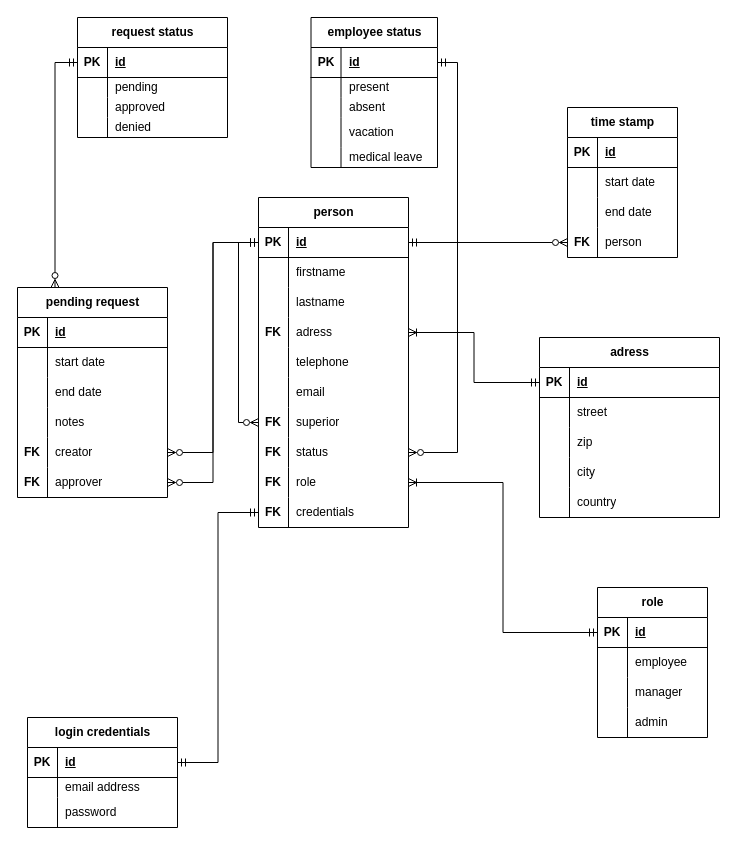
The draw.io diagram documentation/Datenbank/EMPLOYEE_ADMIN.drawio in FabianAndiel1985/employee_management, before the edit. Source tidied: cells renumbered, new cells numbered last; positions are measured from the earlier drawing's top-left corner, leaving out a move shared by most shapes. Both pictures are drawn from the tidied source at 100%, with x=0, y=0 at pixel (17, 17).
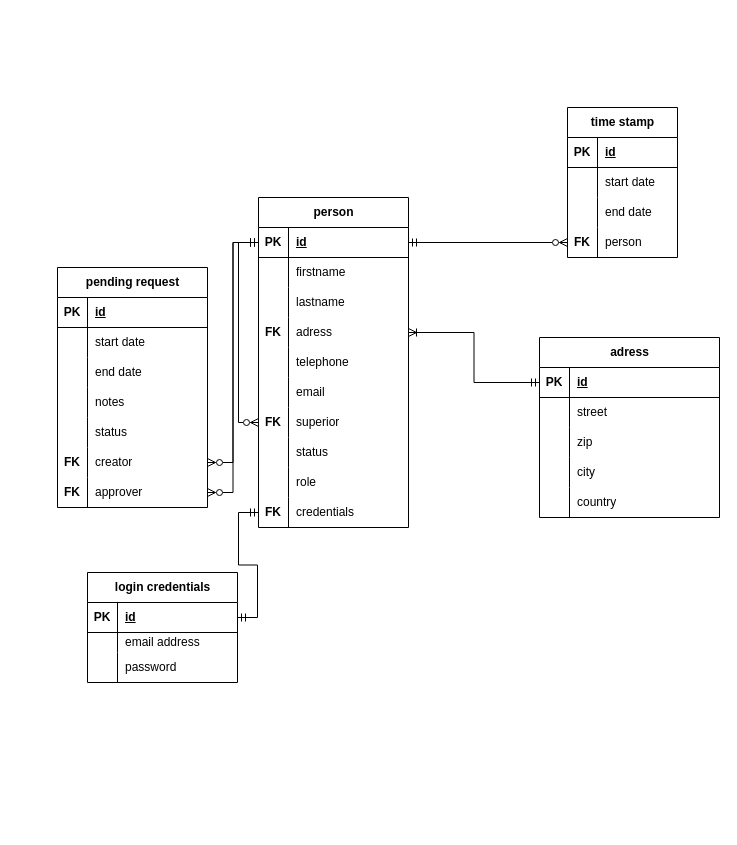
The same diagram, later.

The change refers to these unchanged cells:
```xml
<mxCell id="54" style="shape=tableRow;horizontal=0;startSize=0;swimlaneHead=0;swimlaneBody=0;fillColor=none;top=0;left=0;right=0;bottom=0;" parent="44" vertex="1">
  <mxGeometry y="120" width="150" height="30" as="geometry" />
</mxCell>
<mxCell id="113" style="shape=tableRow;horizontal=0;startSize=0;swimlaneHead=0;swimlaneBody=0;fillColor=none;points=[[0,0.5],[1,0.5]];portConstraint=eastwest;top=0;left=0;right=0;bottom=0;" parent="91" vertex="1">
  <mxGeometry y="240" width="150" height="30" as="geometry" />
</mxCell>
<mxCell id="116" style="shape=tableRow;horizontal=0;startSize=0;swimlaneHead=0;swimlaneBody=0;fillColor=none;points=[[0,0.5],[1,0.5]];portConstraint=eastwest;top=0;left=0;right=0;bottom=0;" parent="91" vertex="1">
  <mxGeometry y="270" width="150" height="30" as="geometry" />
</mxCell>
```

Diff of the diagram source:
```diff
@@
-    <mxCell id="2" value="role" style="shape=table;startSize=30;childLayout=tableLayout;rowLines=0;fontStyle=1;align=center;html=1;" parent="1" vertex="1">
-      <mxGeometry x="580" y="570" width="110" height="150" as="geometry" />
-    </mxCell>
-    <mxCell id="3" style="shape=tableRow;horizontal=0;startSize=0;swimlaneHead=0;swimlaneBody=0;fillColor=none;points=[[0,0.5],[1,0.5]];portConstraint=eastwest;top=0;left=0;right=0;bottom=1;" parent="2" vertex="1">
-      <mxGeometry y="30" width="110" height="30" as="geometry" />
-    </mxCell>
-    <mxCell id="4" value="PK" style="shape=partialRectangle;fillColor=none;top=0;left=0;bottom=0;right=0;fontStyle=1;overflow=hidden;whiteSpace=wrap;html=1;" parent="3" vertex="1">
-      <mxGeometry width="30" height="30" as="geometry" />
-    </mxCell>
-    <mxCell id="5" value="id" style="shape=partialRectangle;fillColor=none;top=0;left=0;bottom=0;right=0;align=left;spacingLeft=6;fontStyle=5;overflow=hidden;whiteSpace=wrap;html=1;" parent="3" vertex="1">
-      <mxGeometry x="30" width="80" height="30" as="geometry" />
-    </mxCell>
-    <mxCell id="6" style="shape=tableRow;horizontal=0;startSize=0;swimlaneHead=0;swimlaneBody=0;fillColor=none;top=0;left=0;right=0;bottom=0;" parent="2" vertex="1">
-      <mxGeometry y="60" width="110" height="30" as="geometry" />
-    </mxCell>
-    <mxCell id="7" style="shape=partialRectangle;fillColor=none;top=0;left=0;bottom=0;right=0;overflow=hidden;whiteSpace=wrap;html=1;" parent="6" vertex="1">
-      <mxGeometry width="30" height="30" as="geometry" />
-    </mxCell>
-    <mxCell id="8" value="employee" style="shape=partialRectangle;fillColor=none;top=0;left=0;bottom=0;right=0;align=left;spacingLeft=6;overflow=hidden;whiteSpace=wrap;html=1;" parent="6" vertex="1">
-      <mxGeometry x="30" width="80" height="30" as="geometry" />
-    </mxCell>
-    <mxCell id="9" style="shape=tableRow;horizontal=0;startSize=0;swimlaneHead=0;swimlaneBody=0;fillColor=none;top=0;left=0;right=0;bottom=0;" parent="2" vertex="1">
-      <mxGeometry y="90" width="110" height="30" as="geometry" />
-    </mxCell>
-    <mxCell id="10" style="shape=partialRectangle;fillColor=none;top=0;left=0;bottom=0;right=0;overflow=hidden;whiteSpace=wrap;html=1;" parent="9" vertex="1">
-      <mxGeometry width="30" height="30" as="geometry" />
-    </mxCell>
-    <mxCell id="11" value="manager" style="shape=partialRectangle;fillColor=none;top=0;left=0;bottom=0;right=0;align=left;spacingLeft=6;overflow=hidden;whiteSpace=wrap;html=1;" parent="9" vertex="1">
-      <mxGeometry x="30" width="80" height="30" as="geometry" />
-    </mxCell>
-    <mxCell id="12" style="shape=tableRow;horizontal=0;startSize=0;swimlaneHead=0;swimlaneBody=0;fillColor=none;top=0;left=0;right=0;bottom=0;" parent="2" vertex="1">
-      <mxGeometry y="120" width="110" height="30" as="geometry" />
-    </mxCell>
-    <mxCell id="13" style="shape=partialRectangle;fillColor=none;top=0;left=0;bottom=0;right=0;overflow=hidden;whiteSpace=wrap;html=1;" parent="12" vertex="1">
-      <mxGeometry width="30" height="30" as="geometry" />
-    </mxCell>
-    <mxCell id="14" value="admin" style="shape=partialRectangle;fillColor=none;top=0;left=0;bottom=0;right=0;align=left;spacingLeft=6;overflow=hidden;whiteSpace=wrap;html=1;" parent="12" vertex="1">
-      <mxGeometry x="30" width="80" height="30" as="geometry" />
-    </mxCell>
@@
-    <mxCell id="28" value="employee status" style="shape=table;startSize=30;childLayout=tableLayout;rowLines=0;fontStyle=1;align=center;html=1;" parent="1" vertex="1">
-      <mxGeometry x="293.5" width="126.5" height="150" as="geometry" />
-    </mxCell>
-    <mxCell id="29" style="shape=tableRow;horizontal=0;startSize=0;swimlaneHead=0;swimlaneBody=0;fillColor=none;points=[[0,0.5],[1,0.5]];portConstraint=eastwest;top=0;left=0;right=0;bottom=1;" parent="28" vertex="1">
-      <mxGeometry y="30" width="126.5" height="30" as="geometry" />
-    </mxCell>
-    <mxCell id="30" value="PK" style="shape=partialRectangle;fillColor=none;top=0;left=0;bottom=0;right=0;fontStyle=1;overflow=hidden;whiteSpace=wrap;html=1;" parent="29" vertex="1">
-      <mxGeometry width="30" height="30" as="geometry" />
-    </mxCell>
-    <mxCell id="31" value="id" style="shape=partialRectangle;fillColor=none;top=0;left=0;bottom=0;right=0;align=left;spacingLeft=6;fontStyle=5;overflow=hidden;whiteSpace=wrap;html=1;" parent="29" vertex="1">
-      <mxGeometry x="30" width="96.5" height="30" as="geometry" />
-    </mxCell>
-    <mxCell id="32" style="shape=tableRow;horizontal=0;startSize=0;swimlaneHead=0;swimlaneBody=0;fillColor=none;top=0;left=0;right=0;bottom=0;" parent="28" vertex="1">
-      <mxGeometry y="60" width="126.5" height="20" as="geometry" />
-    </mxCell>
-    <mxCell id="33" style="shape=partialRectangle;fillColor=none;top=0;left=0;bottom=0;right=0;overflow=hidden;whiteSpace=wrap;html=1;" parent="32" vertex="1">
-      <mxGeometry width="30" height="20" as="geometry" />
-    </mxCell>
-    <mxCell id="34" value="present" style="shape=partialRectangle;fillColor=none;top=0;left=0;bottom=0;right=0;align=left;spacingLeft=6;overflow=hidden;whiteSpace=wrap;html=1;" parent="32" vertex="1">
-      <mxGeometry x="30" width="96.5" height="20" as="geometry" />
-    </mxCell>
-    <mxCell id="35" style="shape=tableRow;horizontal=0;startSize=0;swimlaneHead=0;swimlaneBody=0;fillColor=none;top=0;left=0;right=0;bottom=0;" parent="28" vertex="1">
-      <mxGeometry y="80" width="126.5" height="20" as="geometry" />
-    </mxCell>
-    <mxCell id="36" style="shape=partialRectangle;fillColor=none;top=0;left=0;bottom=0;right=0;overflow=hidden;whiteSpace=wrap;html=1;" parent="35" vertex="1">
-      <mxGeometry width="30" height="20" as="geometry" />
-    </mxCell>
-    <mxCell id="37" value="absent" style="shape=partialRectangle;fillColor=none;top=0;left=0;bottom=0;right=0;align=left;spacingLeft=6;overflow=hidden;whiteSpace=wrap;html=1;" parent="35" vertex="1">
-      <mxGeometry x="30" width="96.5" height="20" as="geometry" />
-    </mxCell>
-    <mxCell id="38" style="shape=tableRow;horizontal=0;startSize=0;swimlaneHead=0;swimlaneBody=0;fillColor=none;top=0;left=0;right=0;bottom=0;" parent="28" vertex="1">
-      <mxGeometry y="100" width="126.5" height="30" as="geometry" />
-    </mxCell>
-    <mxCell id="39" style="shape=partialRectangle;fillColor=none;top=0;left=0;bottom=0;right=0;overflow=hidden;whiteSpace=wrap;html=1;" parent="38" vertex="1">
-      <mxGeometry width="30" height="30" as="geometry" />
-    </mxCell>
-    <mxCell id="40" value="vacation" style="shape=partialRectangle;fillColor=none;top=0;left=0;bottom=0;right=0;align=left;spacingLeft=6;overflow=hidden;whiteSpace=wrap;html=1;" parent="38" vertex="1">
-      <mxGeometry x="30" width="96.5" height="30" as="geometry" />
-    </mxCell>
-    <mxCell id="41" style="shape=tableRow;horizontal=0;startSize=0;swimlaneHead=0;swimlaneBody=0;fillColor=none;top=0;left=0;right=0;bottom=0;" parent="28" vertex="1">
-      <mxGeometry y="130" width="126.5" height="20" as="geometry" />
-    </mxCell>
-    <mxCell id="42" style="shape=partialRectangle;fillColor=none;top=0;left=0;bottom=0;right=0;overflow=hidden;whiteSpace=wrap;html=1;" parent="41" vertex="1">
-      <mxGeometry width="30" height="20" as="geometry" />
-    </mxCell>
-    <mxCell id="43" value="medical leave" style="shape=partialRectangle;fillColor=none;top=0;left=0;bottom=0;right=0;align=left;spacingLeft=6;overflow=hidden;whiteSpace=wrap;html=1;" parent="41" vertex="1">
-      <mxGeometry x="30" width="96.5" height="20" as="geometry" />
-    </mxCell>
     <mxCell id="44" value="pending request" style="shape=table;startSize=30;childLayout=tableLayout;rowLines=0;fontStyle=1;align=center;html=1;" parent="1" vertex="1">
-      <mxGeometry y="270" width="150" height="210" as="geometry" />
+      <mxGeometry x="40" y="250" width="150" height="240" as="geometry" />
     </mxCell>
@@
-    <mxCell id="55" style="shape=partialRectangle;fillColor=none;top=0;left=0;bottom=0;right=0;overflow=hidden;whiteSpace=wrap;html=1;" parent="54" vertex="1">
+    <mxCell id="55" value="&lt;div&gt;&lt;br&gt;&lt;/div&gt;" style="shape=partialRectangle;fillColor=none;top=0;left=0;bottom=0;right=0;overflow=hidden;whiteSpace=wrap;html=1;" parent="54" vertex="1">
       <mxGeometry width="30" height="30" as="geometry" />
     </mxCell>
@@
+    <mxCell id="142" style="shape=tableRow;horizontal=0;startSize=0;swimlaneHead=0;swimlaneBody=0;fillColor=none;top=0;left=0;right=0;bottom=0;" parent="44" vertex="1">
+      <mxGeometry y="150" width="150" height="30" as="geometry" />
+    </mxCell>
+    <mxCell id="143" value="&lt;div&gt;&lt;br&gt;&lt;/div&gt;" style="shape=partialRectangle;fillColor=none;top=0;left=0;bottom=0;right=0;overflow=hidden;whiteSpace=wrap;html=1;" parent="142" vertex="1">
+      <mxGeometry width="30" height="30" as="geometry" />
+    </mxCell>
+    <mxCell id="144" value="status" style="shape=partialRectangle;fillColor=none;top=0;left=0;bottom=0;right=0;align=left;spacingLeft=6;overflow=hidden;whiteSpace=wrap;html=1;" parent="142" vertex="1">
+      <mxGeometry x="30" width="120" height="30" as="geometry" />
+    </mxCell>
     <mxCell id="57" style="shape=tableRow;horizontal=0;startSize=0;swimlaneHead=0;swimlaneBody=0;fillColor=none;points=[[0,0.5],[1,0.5]];portConstraint=eastwest;top=0;left=0;right=0;bottom=0;" parent="44" vertex="1">
-      <mxGeometry y="150" width="150" height="30" as="geometry" />
+      <mxGeometry y="180" width="150" height="30" as="geometry" />
     </mxCell>
@@
     <mxCell id="60" style="shape=tableRow;horizontal=0;startSize=0;swimlaneHead=0;swimlaneBody=0;fillColor=none;points=[[0,0.5],[1,0.5]];portConstraint=eastwest;top=0;left=0;right=0;bottom=0;" parent="44" vertex="1">
-      <mxGeometry y="180" width="150" height="30" as="geometry" />
+      <mxGeometry y="210" width="150" height="30" as="geometry" />
     </mxCell>
@@
     <mxCell id="63" value="login credentials" style="shape=table;startSize=30;childLayout=tableLayout;rowLines=0;fontStyle=1;align=center;html=1;" parent="1" vertex="1">
-      <mxGeometry x="10" y="700" width="150" height="110" as="geometry" />
+      <mxGeometry x="70" y="555" width="150" height="110" as="geometry" />
     </mxCell>
@@
-    <mxCell id="73" value="request status" style="shape=table;startSize=30;childLayout=tableLayout;rowLines=0;fontStyle=1;align=center;html=1;" parent="1" vertex="1">
-      <mxGeometry x="60" width="150" height="120" as="geometry" />
-    </mxCell>
-    <mxCell id="74" style="shape=tableRow;horizontal=0;startSize=0;swimlaneHead=0;swimlaneBody=0;fillColor=none;points=[[0,0.5],[1,0.5]];portConstraint=eastwest;top=0;left=0;right=0;bottom=1;" parent="73" vertex="1">
-      <mxGeometry y="30" width="150" height="30" as="geometry" />
-    </mxCell>
-    <mxCell id="75" value="PK" style="shape=partialRectangle;fillColor=none;top=0;left=0;bottom=0;right=0;fontStyle=1;overflow=hidden;whiteSpace=wrap;html=1;" parent="74" vertex="1">
-      <mxGeometry width="30" height="30" as="geometry" />
-    </mxCell>
-    <mxCell id="76" value="id" style="shape=partialRectangle;fillColor=none;top=0;left=0;bottom=0;right=0;align=left;spacingLeft=6;fontStyle=5;overflow=hidden;whiteSpace=wrap;html=1;" parent="74" vertex="1">
-      <mxGeometry x="30" width="120" height="30" as="geometry" />
-    </mxCell>
-    <mxCell id="77" style="shape=tableRow;horizontal=0;startSize=0;swimlaneHead=0;swimlaneBody=0;fillColor=none;top=0;left=0;right=0;bottom=0;" parent="73" vertex="1">
-      <mxGeometry y="60" width="150" height="20" as="geometry" />
-    </mxCell>
-    <mxCell id="78" style="shape=partialRectangle;fillColor=none;top=0;left=0;bottom=0;right=0;overflow=hidden;whiteSpace=wrap;html=1;" parent="77" vertex="1">
-      <mxGeometry width="30" height="20" as="geometry" />
-    </mxCell>
-    <mxCell id="79" value="pending" style="shape=partialRectangle;fillColor=none;top=0;left=0;bottom=0;right=0;align=left;spacingLeft=6;overflow=hidden;whiteSpace=wrap;html=1;" parent="77" vertex="1">
-      <mxGeometry x="30" width="120" height="20" as="geometry" />
-    </mxCell>
-    <mxCell id="80" style="shape=tableRow;horizontal=0;startSize=0;swimlaneHead=0;swimlaneBody=0;fillColor=none;top=0;left=0;right=0;bottom=0;" parent="73" vertex="1">
-      <mxGeometry y="80" width="150" height="20" as="geometry" />
-    </mxCell>
-    <mxCell id="81" style="shape=partialRectangle;fillColor=none;top=0;left=0;bottom=0;right=0;overflow=hidden;whiteSpace=wrap;html=1;" parent="80" vertex="1">
-      <mxGeometry width="30" height="20" as="geometry" />
-    </mxCell>
-    <mxCell id="82" value="approved&lt;span style=&quot;white-space: pre;&quot;&gt;&#9;&lt;/span&gt;" style="shape=partialRectangle;fillColor=none;top=0;left=0;bottom=0;right=0;align=left;spacingLeft=6;overflow=hidden;whiteSpace=wrap;html=1;" parent="80" vertex="1">
-      <mxGeometry x="30" width="120" height="20" as="geometry" />
-    </mxCell>
-    <mxCell id="83" style="shape=tableRow;horizontal=0;startSize=0;swimlaneHead=0;swimlaneBody=0;fillColor=none;top=0;left=0;right=0;bottom=0;" parent="73" vertex="1">
-      <mxGeometry y="100" width="150" height="20" as="geometry" />
-    </mxCell>
-    <mxCell id="84" style="shape=partialRectangle;fillColor=none;top=0;left=0;bottom=0;right=0;overflow=hidden;whiteSpace=wrap;html=1;" parent="83" vertex="1">
-      <mxGeometry width="30" height="20" as="geometry" />
-    </mxCell>
-    <mxCell id="85" value="denied" style="shape=partialRectangle;fillColor=none;top=0;left=0;bottom=0;right=0;align=left;spacingLeft=6;overflow=hidden;whiteSpace=wrap;html=1;" parent="83" vertex="1">
-      <mxGeometry x="30" width="120" height="20" as="geometry" />
-    </mxCell>
-    <mxCell id="86" style="edgeStyle=orthogonalEdgeStyle;rounded=0;jettySize=auto;html=1;exitX=0;exitY=0.5;exitDx=0;exitDy=0;entryX=0.25;entryY=0;entryDx=0;entryDy=0;startArrow=ERmandOne;startFill=0;endArrow=ERzeroToMany;endFill=0;" parent="1" edge="1" source="74" target="44">
-      <mxGeometry relative="1" as="geometry" />
-    </mxCell>
-    <mxCell id="87" style="edgeStyle=orthogonalEdgeStyle;rounded=0;jettySize=auto;html=1;exitX=1;exitY=0.5;exitDx=0;exitDy=0;entryX=1;entryY=0.5;entryDx=0;entryDy=0;startArrow=ERzeroToMany;startFill=0;endArrow=ERmandOne;endFill=0;" parent="1" edge="1" source="113" target="29">
-      <mxGeometry relative="1" as="geometry" />
-    </mxCell>
-    <mxCell id="88" style="edgeStyle=orthogonalEdgeStyle;rounded=0;jettySize=auto;html=1;exitX=0;exitY=0.5;exitDx=0;exitDy=0;entryX=1;entryY=0.5;entryDx=0;entryDy=0;startArrow=ERmandOne;startFill=0;endArrow=ERoneToMany;endFill=0;" parent="1" edge="1" source="3" target="116">
-      <mxGeometry relative="1" as="geometry" />
-    </mxCell>
@@
-    <mxCell id="114" value="&lt;b&gt;FK&lt;/b&gt;" style="shape=partialRectangle;fillColor=none;top=0;left=0;bottom=0;right=0;overflow=hidden;whiteSpace=wrap;html=1;" parent="113" vertex="1">
+    <mxCell id="114" style="shape=partialRectangle;fillColor=none;top=0;left=0;bottom=0;right=0;overflow=hidden;whiteSpace=wrap;html=1;" parent="113" vertex="1">
       <mxGeometry width="30" height="30" as="geometry" />
     </mxCell>
@@
-    <mxCell id="117" value="FK" style="shape=partialRectangle;fillColor=none;top=0;left=0;bottom=0;right=0;overflow=hidden;whiteSpace=wrap;html=1;fontStyle=1;" parent="116" vertex="1">
+    <mxCell id="117" style="shape=partialRectangle;fillColor=none;top=0;left=0;bottom=0;right=0;overflow=hidden;whiteSpace=wrap;html=1;fontStyle=1;" parent="116" vertex="1">
       <mxGeometry width="30" height="30" as="geometry" />
     </mxCell>
```
